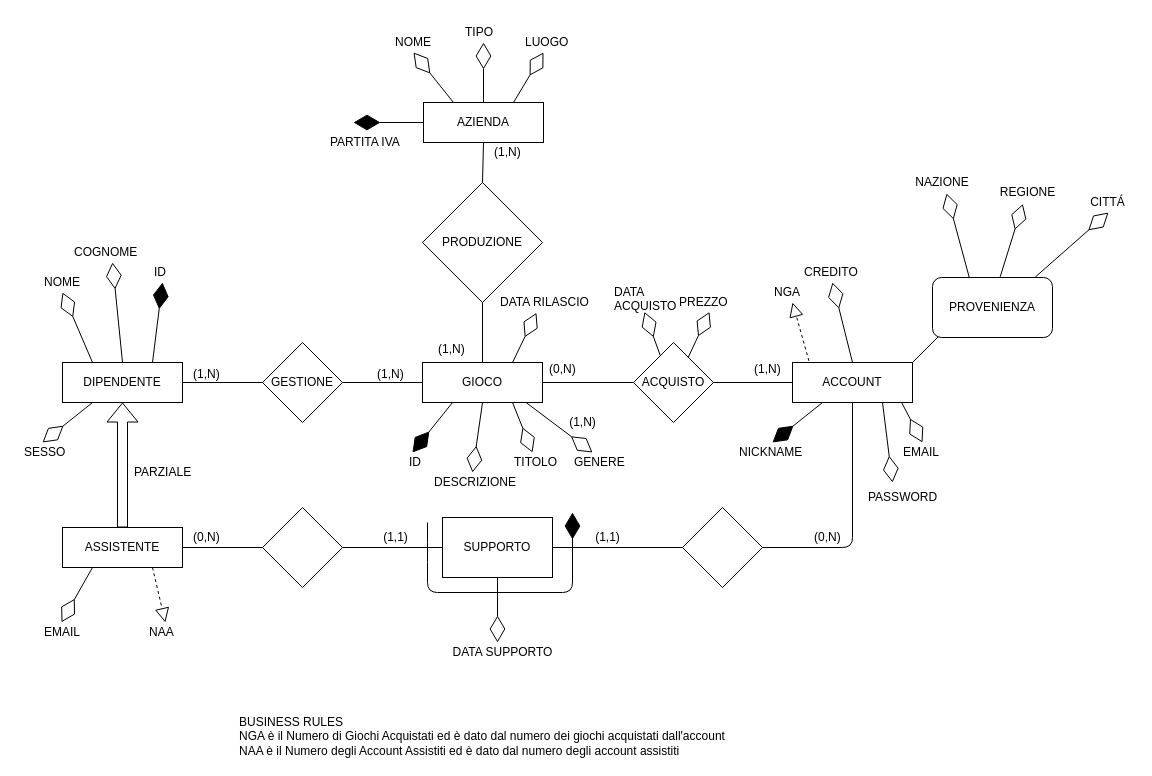
This is diagrams/ER-schema.drawio from Giannandrea-Vicidomini/DataBase_Project, a draw.io file, before an edit. Source tidied: cells renumbered, new cells numbered last; positions are measured from the earlier drawing's top-left corner, leaving out a move shared by most shapes. Both pictures are drawn from the tidied source at 100%, with x=0, y=0 at pixel (22, 22).
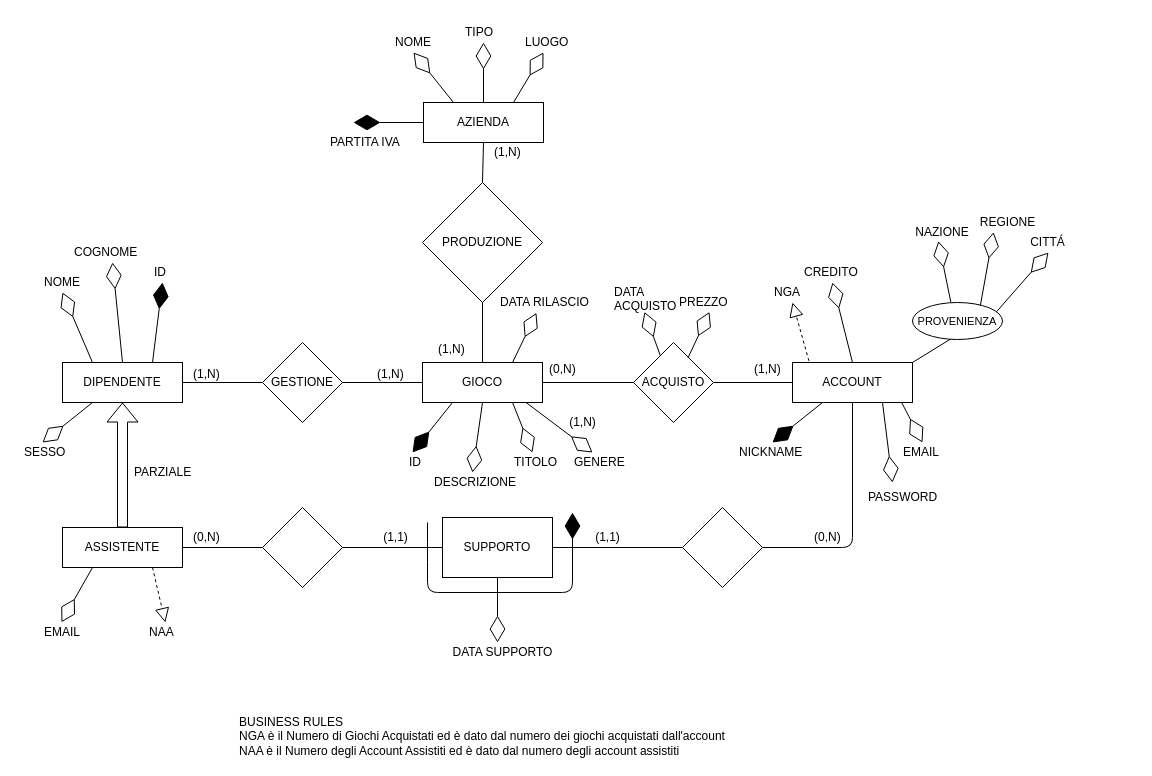
The same page after the edit.

Diff of the diagram source:
```diff
@@
-    <mxCell id="72" style="endArrow=none;html=1;" parent="1" edge="1">
+    <mxCell id="72" style="endArrow=none;html=1;entryX=0.441;entryY=0.961;entryDx=0;entryDy=0;entryPerimeter=0;" parent="1" edge="1" target="73">
       <mxGeometry relative="1" as="geometry">
         <mxPoint x="890" y="340" as="sourcePoint" />
-        <mxPoint x="940" y="290" as="targetPoint" />
       </mxGeometry>
     </mxCell>
-    <mxCell id="73" value="PROVENIENZA" style="rounded=1;whiteSpace=wrap;html=1;" parent="1" vertex="1">
-      <mxGeometry x="910" y="255" width="120" height="60" as="geometry" />
-    </mxCell>
-    <mxCell id="74" style="endArrow=diamondThin;endFill=0;endSize=24;html=1;exitX=0.308;exitY=0.011;exitDx=0;exitDy=0;exitPerimeter=0;entryX=0.602;entryY=1.05;entryDx=0;entryDy=0;entryPerimeter=0;" parent="1" edge="1" source="73" target="77">
+    <mxCell id="74" style="endArrow=diamondThin;endFill=0;endSize=24;html=1;exitX=0.426;exitY=-0.008;exitDx=0;exitDy=0;exitPerimeter=0;entryX=0.398;entryY=0.933;entryDx=0;entryDy=0;entryPerimeter=0;" parent="1" edge="1" source="73" target="77">
       <mxGeometry relative="1" as="geometry" />
     </mxCell>
-    <mxCell id="75" style="endArrow=diamondThin;endFill=0;endSize=24;html=1;exitX=0.564;exitY=-0.011;exitDx=0;exitDy=0;exitPerimeter=0;entryX=0.433;entryY=1.074;entryDx=0;entryDy=0;entryPerimeter=0;" parent="1" edge="1" source="73" target="78">
+    <mxCell id="75" style="endArrow=diamondThin;endFill=0;endSize=24;html=1;exitX=0.74;exitY=0.27;exitDx=0;exitDy=0;exitPerimeter=0;entryX=0.301;entryY=0.984;entryDx=0;entryDy=0;entryPerimeter=0;" parent="1" edge="1" source="73" target="78">
       <mxGeometry relative="1" as="geometry" />
     </mxCell>
-    <mxCell id="76" style="endArrow=diamondThin;endFill=0;endSize=24;html=1;exitX=0.856;exitY=-0.006;exitDx=0;exitDy=0;exitPerimeter=0;entryX=0.52;entryY=1.002;entryDx=0;entryDy=0;entryPerimeter=0;" parent="1" edge="1" source="73" target="79">
+    <mxCell id="76" style="endArrow=diamondThin;endFill=0;endSize=24;html=1;exitX=0.932;exitY=0.253;exitDx=0;exitDy=0;exitPerimeter=0;entryX=0.52;entryY=1.002;entryDx=0;entryDy=0;entryPerimeter=0;" parent="1" edge="1" source="73" target="79">
       <mxGeometry relative="1" as="geometry" />
     </mxCell>
     <mxCell id="77" value="NAZIONE" style="text;html=1;strokeColor=none;fillColor=none;align=center;verticalAlign=middle;whiteSpace=wrap;rounded=0;" parent="1" vertex="1">
-      <mxGeometry x="900" y="150" width="40" height="20" as="geometry" />
+      <mxGeometry x="900" y="200" width="40" height="20" as="geometry" />
     </mxCell>
     <mxCell id="78" value="REGIONE" style="text;html=1;align=center;verticalAlign=middle;points=[];" parent="1" vertex="1">
-      <mxGeometry x="970" y="160" width="70" height="20" as="geometry" />
+      <mxGeometry x="950" y="190" width="70" height="20" as="geometry" />
     </mxCell>
     <mxCell id="79" value="CITTÁ" style="text;html=1;align=center;verticalAlign=middle;points=[];" parent="1" vertex="1">
-      <mxGeometry x="1060" y="170" width="50" height="20" as="geometry" />
+      <mxGeometry x="1000" y="210" width="50" height="20" as="geometry" />
     </mxCell>
@@
+    <mxCell id="73" value="&lt;font style=&quot;font-size: 11px&quot;&gt;PROVENIENZA&lt;/font&gt;" style="ellipse;whiteSpace=wrap;html=1;" parent="1" vertex="1">
+      <mxGeometry x="890" y="280" width="90" height="37" as="geometry" />
+    </mxCell>
```
